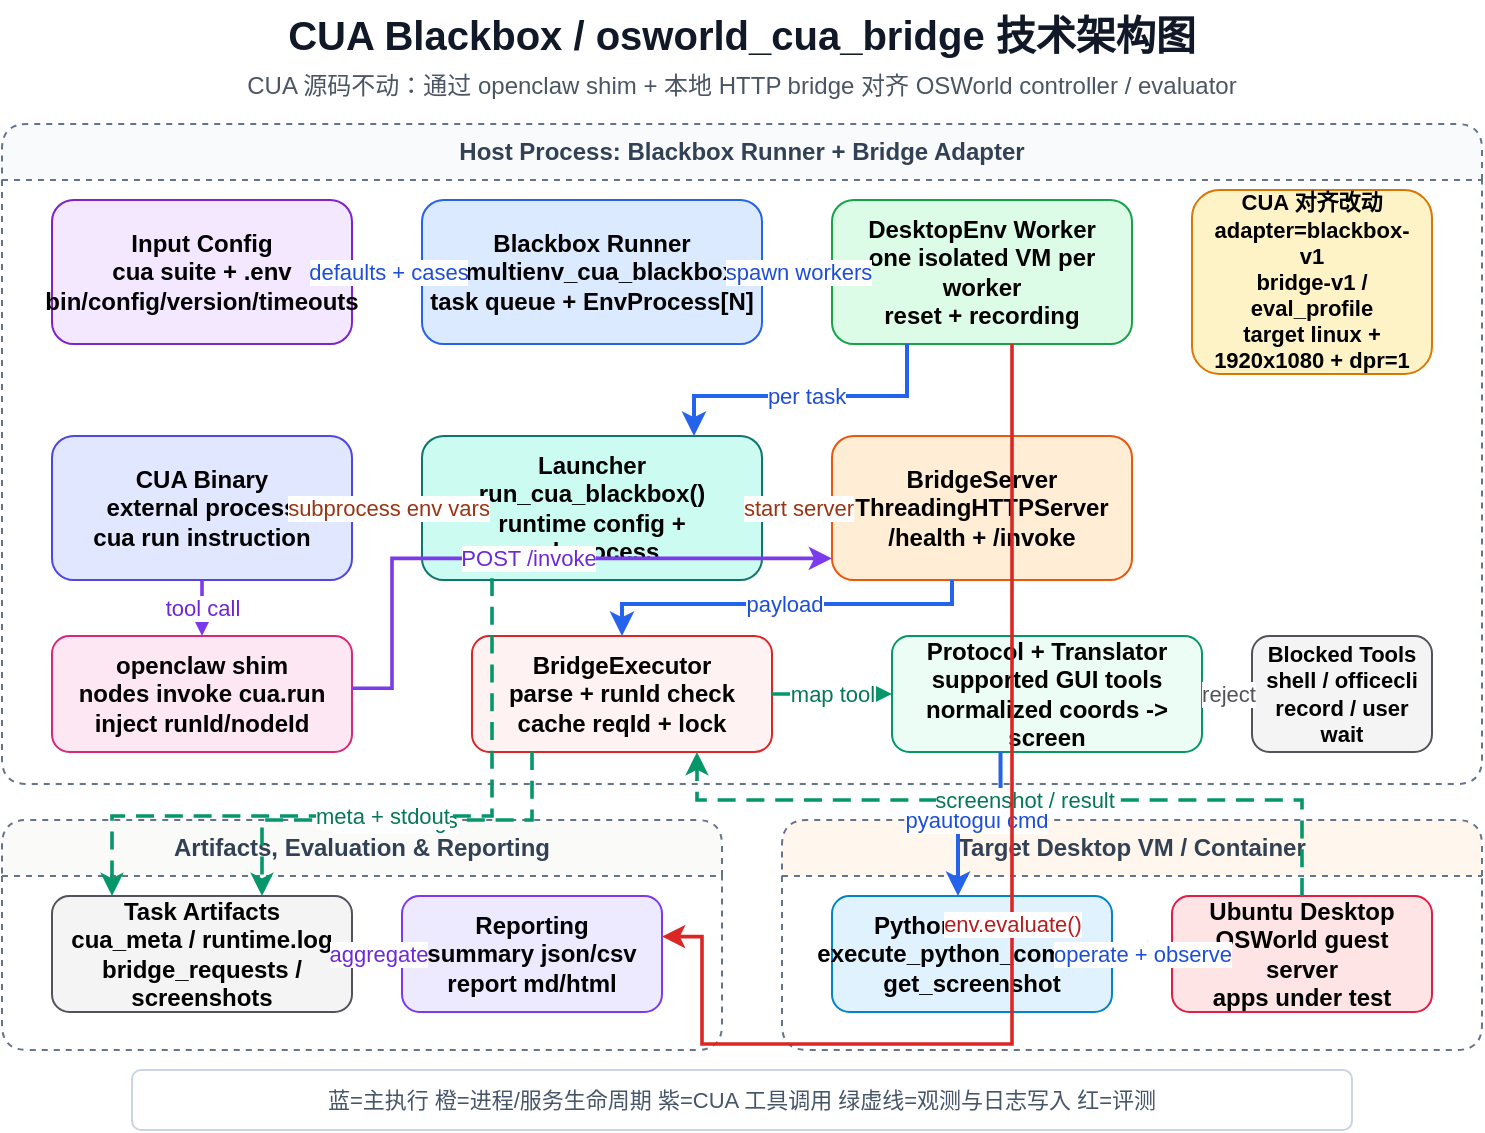
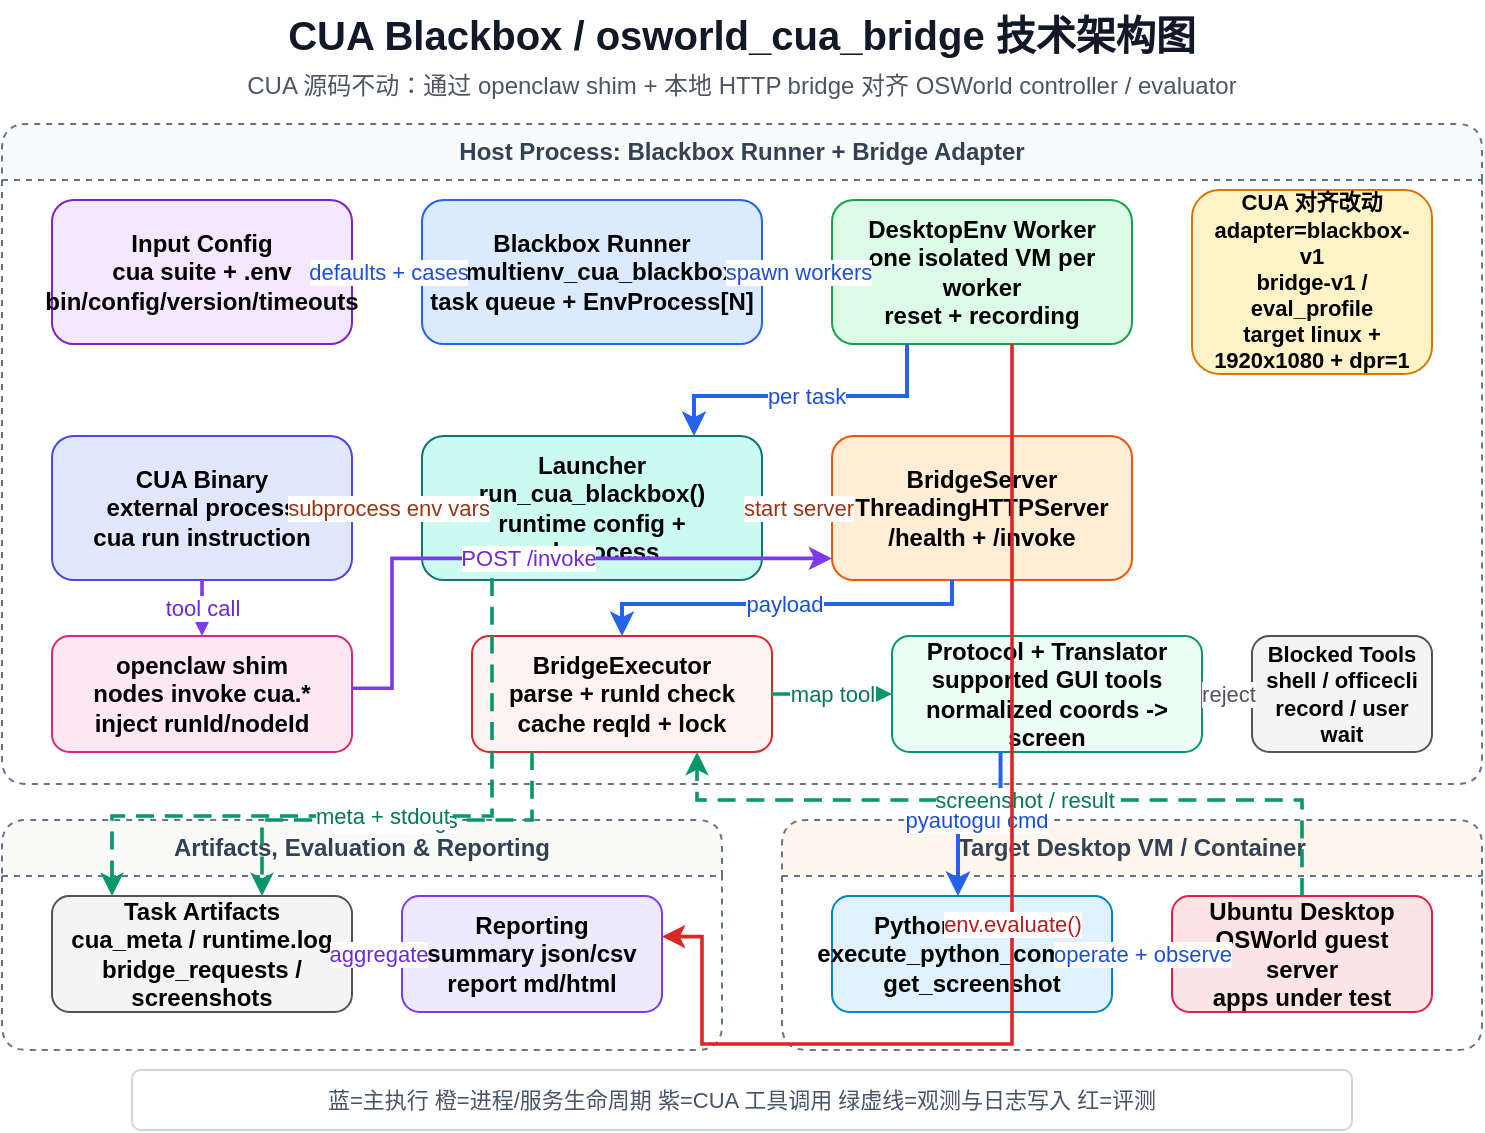
<mxGraphModel dx="1200" dy="900" grid="1" gridSize="10" guides="1" tooltips="1" connect="1" arrows="1" fold="1" page="1" pageScale="1" pageWidth="800" pageHeight="600" math="0" shadow="0">
  <root>
    <mxCell id="0"/>
    <mxCell id="1" parent="0"/>
    <mxCell id="title" value="CUA Blackbox / osworld_cua_bridge 技术架构图" style="text;html=1;strokeColor=none;fillColor=none;align=center;verticalAlign=middle;whiteSpace=wrap;rounded=0;fontSize=20;fontStyle=1;fontColor=#111827;" vertex="1" parent="1">
      <mxGeometry x="130" y="20" width="540" height="34" as="geometry"/>
    </mxCell>
    <mxCell id="subtitle" value="CUA 源码不动：通过 openclaw shim + 本地 HTTP bridge 对齐 OSWorld controller / evaluator" style="text;html=1;strokeColor=none;fillColor=none;align=center;verticalAlign=middle;whiteSpace=wrap;rounded=0;fontSize=12;fontColor=#4B5563;" vertex="1" parent="1">
      <mxGeometry x="100" y="52" width="600" height="22" as="geometry"/>
    </mxCell>
    <mxCell id="host_lane" value="Host Process: Blackbox Runner + Bridge Adapter" style="swimlane;startSize=28;horizontal=1;rounded=1;whiteSpace=wrap;html=1;dashed=1;strokeColor=#64748B;fillColor=#F8FAFC;fontStyle=1;fontColor=#334155;container=0;collapsible=0;" vertex="1" parent="1">
      <mxGeometry x="30" y="82" width="740" height="330" as="geometry"/>
    </mxCell>
    <mxCell id="output_lane" value="Artifacts, Evaluation &amp; Reporting" style="swimlane;startSize=28;horizontal=1;rounded=1;whiteSpace=wrap;html=1;dashed=1;strokeColor=#64748B;fillColor=#FAFAF9;fontStyle=1;fontColor=#334155;container=0;collapsible=0;" vertex="1" parent="1">
      <mxGeometry x="30" y="430" width="360" height="115" as="geometry"/>
    </mxCell>
    <mxCell id="target_lane" value="Target Desktop VM / Container" style="swimlane;startSize=28;horizontal=1;rounded=1;whiteSpace=wrap;html=1;dashed=1;strokeColor=#64748B;fillColor=#FFF7ED;fontStyle=1;fontColor=#334155;container=0;collapsible=0;" vertex="1" parent="1">
      <mxGeometry x="420" y="430" width="350" height="115" as="geometry"/>
    </mxCell>
    <mxCell id="suite_env" value="Input Config&#xa;cua suite + .env&#xa;bin/config/version/timeouts" style="rounded=1;whiteSpace=wrap;html=1;fillColor=#F3E8FF;strokeColor=#7E22CE;fontSize=12;fontStyle=1;spacing=8;" vertex="1" parent="1">
      <mxGeometry x="55" y="120" width="150" height="72" as="geometry"/>
    </mxCell>
    <mxCell id="runner" value="Blackbox Runner&#xa;run_multienv_cua_blackbox.py&#xa;task queue + EnvProcess[N]" style="rounded=1;whiteSpace=wrap;html=1;fillColor=#DBEAFE;strokeColor=#2563EB;fontSize=12;fontStyle=1;spacing=8;" vertex="1" parent="1">
      <mxGeometry x="240" y="120" width="170" height="72" as="geometry"/>
    </mxCell>
    <mxCell id="envprocess" value="DesktopEnv Worker&#xa;one isolated VM per worker&#xa;reset + recording" style="rounded=1;whiteSpace=wrap;html=1;fillColor=#DCFCE7;strokeColor=#16A34A;fontSize=12;fontStyle=1;spacing=8;" vertex="1" parent="1">
      <mxGeometry x="445" y="120" width="150" height="72" as="geometry"/>
    </mxCell>
    <mxCell id="align_note" value="CUA 对齐改动&#xa;adapter=blackbox-v1&#xa;bridge-v1 / eval_profile&#xa;target linux + 1920x1080 + dpr=1" style="rounded=1;whiteSpace=wrap;html=1;fillColor=#FEF3C7;strokeColor=#D97706;fontSize=11;fontStyle=1;spacing=7;" vertex="1" parent="1">
      <mxGeometry x="625" y="115" width="120" height="92" as="geometry"/>
    </mxCell>
    <mxCell id="launcher" value="Launcher&#xa;run_cua_blackbox()&#xa;runtime config + subprocess" style="rounded=1;whiteSpace=wrap;html=1;fillColor=#CCFBF1;strokeColor=#0F766E;fontSize=12;fontStyle=1;spacing=8;" vertex="1" parent="1">
      <mxGeometry x="240" y="238" width="170" height="72" as="geometry"/>
    </mxCell>
    <mxCell id="cua_bin" value="CUA Binary&#xa;external process&#xa;cua run instruction" style="rounded=1;whiteSpace=wrap;html=1;fillColor=#E0E7FF;strokeColor=#4F46E5;fontSize=12;fontStyle=1;spacing=8;" vertex="1" parent="1">
      <mxGeometry x="55" y="238" width="150" height="72" as="geometry"/>
    </mxCell>
    <mxCell id="bridge_server" value="BridgeServer&#xa;ThreadingHTTPServer&#xa;/health + /invoke" style="rounded=1;whiteSpace=wrap;html=1;fillColor=#FFEDD5;strokeColor=#EA580C;fontSize=12;fontStyle=1;spacing=8;" vertex="1" parent="1">
      <mxGeometry x="445" y="238" width="150" height="72" as="geometry"/>
    </mxCell>
-     <mxCell id="openclaw" value="openclaw shim&#xa;nodes invoke cua.run&#xa;inject runId/nodeId" style="rounded=1;whiteSpace=wrap;html=1;fillColor=#FCE7F3;strokeColor=#DB2777;fontSize=12;fontStyle=1;spacing=8;" vertex="1" parent="1">
+     <mxCell id="openclaw" value="openclaw shim&#xa;nodes invoke cua.*&#xa;inject runId/nodeId" style="rounded=1;whiteSpace=wrap;html=1;fillColor=#FCE7F3;strokeColor=#DB2777;fontSize=12;fontStyle=1;spacing=8;" vertex="1" parent="1">
      <mxGeometry x="55" y="338" width="150" height="58" as="geometry"/>
    </mxCell>
    <mxCell id="executor" value="BridgeExecutor&#xa;parse + runId check&#xa;cache reqId + lock" style="rounded=1;whiteSpace=wrap;html=1;fillColor=#FEF2F2;strokeColor=#DC2626;fontSize=12;fontStyle=1;spacing=8;" vertex="1" parent="1">
      <mxGeometry x="265" y="338" width="150" height="58" as="geometry"/>
    </mxCell>
    <mxCell id="translator" value="Protocol + Translator&#xa;supported GUI tools&#xa;normalized coords -> screen" style="rounded=1;whiteSpace=wrap;html=1;fillColor=#ECFDF5;strokeColor=#059669;fontSize=12;fontStyle=1;spacing=8;" vertex="1" parent="1">
      <mxGeometry x="475" y="338" width="155" height="58" as="geometry"/>
    </mxCell>
    <mxCell id="disabled" value="Blocked Tools&#xa;shell / officecli&#xa;record / user wait" style="rounded=1;whiteSpace=wrap;html=1;fillColor=#F4F4F5;strokeColor=#52525B;fontSize=11;fontStyle=1;spacing=7;" vertex="1" parent="1">
      <mxGeometry x="655" y="338" width="90" height="58" as="geometry"/>
    </mxCell>
    <mxCell id="artifacts" value="Task Artifacts&#xa;cua_meta / runtime.log&#xa;bridge_requests / screenshots" style="rounded=1;whiteSpace=wrap;html=1;fillColor=#F4F4F5;strokeColor=#52525B;fontSize=12;fontStyle=1;spacing=8;" vertex="1" parent="1">
      <mxGeometry x="55" y="468" width="150" height="58" as="geometry"/>
    </mxCell>
    <mxCell id="reporting" value="Reporting&#xa;summary json/csv&#xa;report md/html" style="rounded=1;whiteSpace=wrap;html=1;fillColor=#EDE9FE;strokeColor=#7C3AED;fontSize=12;fontStyle=1;spacing=8;" vertex="1" parent="1">
      <mxGeometry x="230" y="468" width="130" height="58" as="geometry"/>
    </mxCell>
    <mxCell id="controller" value="PythonController&#xa;execute_python_command&#xa;get_screenshot" style="rounded=1;whiteSpace=wrap;html=1;fillColor=#E0F2FE;strokeColor=#0284C7;fontSize=12;fontStyle=1;spacing=8;" vertex="1" parent="1">
      <mxGeometry x="445" y="468" width="140" height="58" as="geometry"/>
    </mxCell>
    <mxCell id="desktop" value="Ubuntu Desktop&#xa;OSWorld guest server&#xa;apps under test" style="rounded=1;whiteSpace=wrap;html=1;fillColor=#FFE4E6;strokeColor=#E11D48;fontSize=12;fontStyle=1;spacing=8;" vertex="1" parent="1">
      <mxGeometry x="615" y="468" width="130" height="58" as="geometry"/>
    </mxCell>
    <mxCell id="edge_config_runner" value="defaults + cases" style="edgeStyle=orthogonalEdgeStyle;rounded=0;html=1;endArrow=classic;strokeColor=#2563EB;strokeWidth=2;exitX=1;exitY=0.5;entryX=0;entryY=0.5;fontSize=11;fontColor=#1D4ED8;" edge="1" parent="1" source="suite_env" target="runner">
      <mxGeometry relative="1" as="geometry"/>
    </mxCell>
    <mxCell id="edge_runner_env" value="spawn workers" style="edgeStyle=orthogonalEdgeStyle;rounded=0;html=1;endArrow=classic;strokeColor=#2563EB;strokeWidth=2;exitX=1;exitY=0.5;entryX=0;entryY=0.5;fontSize=11;fontColor=#1D4ED8;" edge="1" parent="1" source="runner" target="envprocess">
      <mxGeometry relative="1" as="geometry"/>
    </mxCell>
    <mxCell id="edge_env_launcher" value="per task" style="edgeStyle=orthogonalEdgeStyle;rounded=0;html=1;endArrow=classic;strokeColor=#2563EB;strokeWidth=2;exitX=0.25;exitY=1;entryX=0.8;entryY=0;fontSize=11;fontColor=#1D4ED8;" edge="1" parent="1" source="envprocess" target="launcher">
      <mxGeometry relative="1" as="geometry"><Array as="points"><mxPoint x="482" y="218"/><mxPoint x="376" y="218"/></Array></mxGeometry>
    </mxCell>
    <mxCell id="edge_launcher_cua" value="subprocess env vars" style="edgeStyle=orthogonalEdgeStyle;rounded=0;html=1;endArrow=classic;strokeColor=#EA580C;strokeWidth=1.8;exitX=0;exitY=0.5;entryX=1;entryY=0.5;fontSize=11;fontColor=#9A3412;" edge="1" parent="1" source="launcher" target="cua_bin">
      <mxGeometry relative="1" as="geometry"/>
    </mxCell>
    <mxCell id="edge_launcher_bridge" value="start server" style="edgeStyle=orthogonalEdgeStyle;rounded=0;html=1;endArrow=classic;strokeColor=#EA580C;strokeWidth=1.8;exitX=1;exitY=0.5;entryX=0;entryY=0.5;fontSize=11;fontColor=#9A3412;" edge="1" parent="1" source="launcher" target="bridge_server">
      <mxGeometry relative="1" as="geometry"/>
    </mxCell>
    <mxCell id="edge_cua_openclaw" value="tool call" style="edgeStyle=orthogonalEdgeStyle;rounded=0;html=1;endArrow=classic;strokeColor=#7C3AED;strokeWidth=1.8;exitX=0.5;exitY=1;entryX=0.5;entryY=0;fontSize=11;fontColor=#6D28D9;" edge="1" parent="1" source="cua_bin" target="openclaw">
      <mxGeometry relative="1" as="geometry"/>
    </mxCell>
    <mxCell id="edge_openclaw_bridge" value="POST /invoke" style="edgeStyle=orthogonalEdgeStyle;rounded=0;html=1;endArrow=classic;strokeColor=#7C3AED;strokeWidth=1.8;exitX=1;exitY=0.45;entryX=0;entryY=0.85;fontSize=11;fontColor=#6D28D9;" edge="1" parent="1" source="openclaw" target="bridge_server">
      <mxGeometry relative="1" as="geometry"><Array as="points"><mxPoint x="225" y="364"/><mxPoint x="225" y="300"/></Array></mxGeometry>
    </mxCell>
    <mxCell id="edge_bridge_executor" value="payload" style="edgeStyle=orthogonalEdgeStyle;rounded=0;html=1;endArrow=classic;strokeColor=#2563EB;strokeWidth=2;exitX=0.4;exitY=1;entryX=0.5;entryY=0;fontSize=11;fontColor=#1D4ED8;" edge="1" parent="1" source="bridge_server" target="executor">
      <mxGeometry relative="1" as="geometry"><Array as="points"><mxPoint x="505" y="322"/><mxPoint x="340" y="322"/></Array></mxGeometry>
    </mxCell>
    <mxCell id="edge_executor_translator" value="map tool" style="edgeStyle=orthogonalEdgeStyle;rounded=0;html=1;endArrow=classic;strokeColor=#059669;strokeWidth=1.8;exitX=1;exitY=0.5;entryX=0;entryY=0.5;fontSize=11;fontColor=#047857;" edge="1" parent="1" source="executor" target="translator">
      <mxGeometry relative="1" as="geometry"/>
    </mxCell>
    <mxCell id="edge_translator_controller" value="pyautogui cmd" style="edgeStyle=orthogonalEdgeStyle;rounded=0;html=1;endArrow=classic;strokeColor=#2563EB;strokeWidth=2;exitX=0.35;exitY=1;entryX=0.45;entryY=0;fontSize=11;fontColor=#1D4ED8;" edge="1" parent="1" source="translator" target="controller">
      <mxGeometry relative="1" as="geometry"><Array as="points"><mxPoint x="530" y="430"/></Array></mxGeometry>
    </mxCell>
    <mxCell id="edge_controller_desktop" value="operate + observe" style="edgeStyle=orthogonalEdgeStyle;rounded=0;html=1;endArrow=classic;strokeColor=#2563EB;strokeWidth=2;exitX=1;exitY=0.5;entryX=0;entryY=0.5;fontSize=11;fontColor=#1D4ED8;" edge="1" parent="1" source="controller" target="desktop">
      <mxGeometry relative="1" as="geometry"/>
    </mxCell>
    <mxCell id="edge_desktop_executor" value="screenshot / result" style="edgeStyle=orthogonalEdgeStyle;rounded=0;html=1;endArrow=classic;strokeColor=#059669;strokeWidth=1.8;dashed=1;dashPattern=5 3;exitX=0.5;exitY=0;entryX=0.75;entryY=1;fontSize=11;fontColor=#047857;" edge="1" parent="1" source="desktop" target="executor">
      <mxGeometry relative="1" as="geometry"><Array as="points"><mxPoint x="680" y="420"/><mxPoint x="378" y="420"/></Array></mxGeometry>
    </mxCell>
    <mxCell id="edge_executor_artifacts" value="failure + logs" style="edgeStyle=orthogonalEdgeStyle;rounded=0;html=1;endArrow=classic;strokeColor=#059669;strokeWidth=1.8;dashed=1;dashPattern=5 3;exitX=0.2;exitY=1;entryX=0.7;entryY=0;fontSize=11;fontColor=#047857;" edge="1" parent="1" source="executor" target="artifacts">
      <mxGeometry relative="1" as="geometry"><Array as="points"><mxPoint x="295" y="430"/><mxPoint x="160" y="430"/></Array></mxGeometry>
    </mxCell>
    <mxCell id="edge_launcher_artifacts" value="meta + stdout" style="edgeStyle=orthogonalEdgeStyle;rounded=0;html=1;endArrow=classic;strokeColor=#059669;strokeWidth=1.8;dashed=1;dashPattern=5 3;exitX=0.2;exitY=1;entryX=0.2;entryY=0;fontSize=11;fontColor=#047857;" edge="1" parent="1" source="launcher" target="artifacts">
      <mxGeometry relative="1" as="geometry"><Array as="points"><mxPoint x="275" y="428"/><mxPoint x="85" y="428"/></Array></mxGeometry>
    </mxCell>
    <mxCell id="edge_artifacts_report" value="aggregate" style="edgeStyle=orthogonalEdgeStyle;rounded=0;html=1;endArrow=classic;strokeColor=#7C3AED;strokeWidth=1.8;exitX=1;exitY=0.5;entryX=0;entryY=0.5;fontSize=11;fontColor=#6D28D9;" edge="1" parent="1" source="artifacts" target="reporting">
      <mxGeometry relative="1" as="geometry"/>
    </mxCell>
    <mxCell id="edge_env_report" value="env.evaluate()" style="edgeStyle=orthogonalEdgeStyle;rounded=0;html=1;endArrow=classic;strokeColor=#DC2626;strokeWidth=1.8;exitX=0.6;exitY=1;entryX=1;entryY=0.35;fontSize=11;fontColor=#B91C1C;" edge="1" parent="1" source="envprocess" target="reporting">
      <mxGeometry relative="1" as="geometry"><Array as="points"><mxPoint x="535" y="542"/><mxPoint x="380" y="542"/></Array></mxGeometry>
    </mxCell>
    <mxCell id="edge_disabled" value="reject" style="edgeStyle=orthogonalEdgeStyle;rounded=0;html=1;endArrow=classic;strokeColor=#52525B;strokeWidth=1.3;dashed=1;dashPattern=4 3;exitX=1;exitY=0.5;entryX=0;entryY=0.5;fontSize=11;fontColor=#52525B;" edge="1" parent="1" source="translator" target="disabled">
      <mxGeometry relative="1" as="geometry"/>
    </mxCell>
    <mxCell id="legend" value="蓝=主执行  橙=进程/服务生命周期  紫=CUA 工具调用  绿虚线=观测与日志写入  红=评测" style="rounded=1;whiteSpace=wrap;html=1;fillColor=#FFFFFF;strokeColor=#CBD5E1;fontSize=11;fontColor=#475569;spacing=6;" vertex="1" parent="1">
      <mxGeometry x="95" y="555" width="610" height="30" as="geometry"/>
    </mxCell>
  </root>
</mxGraphModel>